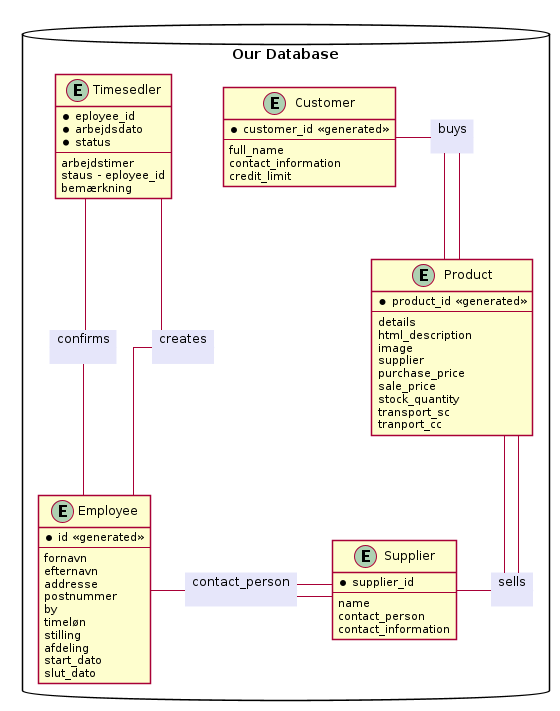
The PlantUML diagram erdia.png in GRP25/db, before a commit.
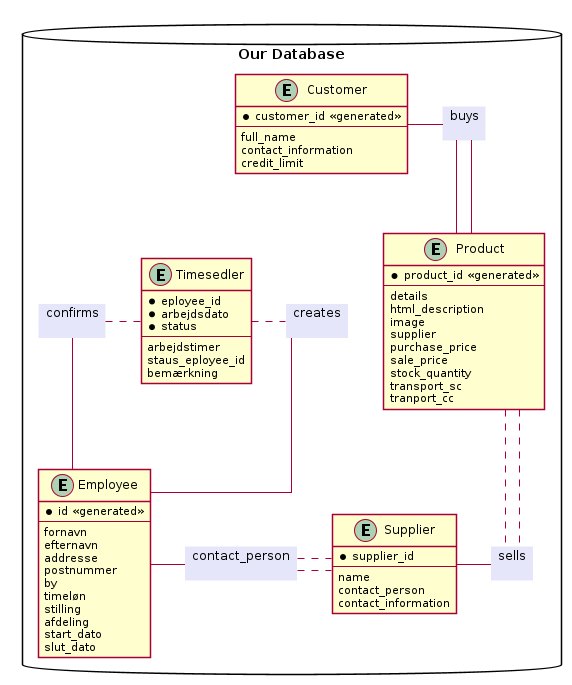
After the change.

Diff of the diagram source:
```diff
@@ -53,7 +53,7 @@
     * status
     --
     arbejdstimer
-    staus - eployee_id
+    staus_eployee_id
     bemærkning
 }
 
@@ -67,18 +67,18 @@
 
 
 emp -r- cpe
-cpe -r- sup
-cpe -r- sup
+cpe .r. sup
+cpe .r. sup
 
 emp -u- cre
 emp -u- con
 
-con -u- tse
-cre -u- tse
+tse .r. con
+tse .r. cre
 
 sup -r- sel
-sel -u- pro
-sel -u- pro
+sel .u. pro
+sel .u. pro
 
 cus -r- buy
 buy -d- pro
```
